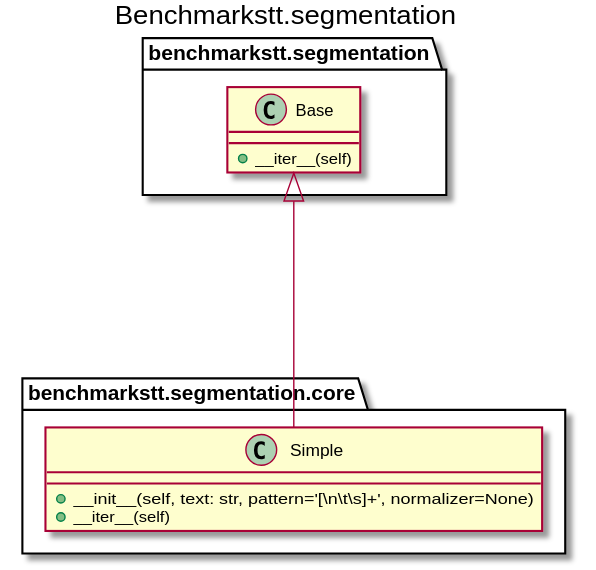
This is docs/_static/uml/benchmarkstt.segmentation.svg from ebu/benchmarkstt, a PlantUML export, as it was before one commit.
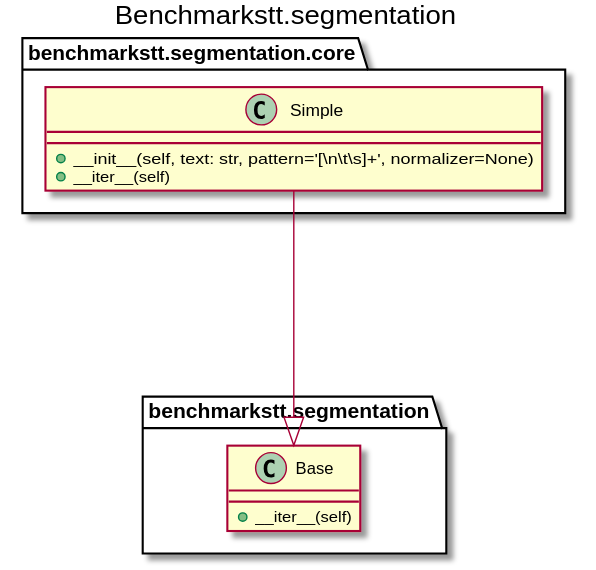
Above is the later version.

The edit, as a diff of the source:
```diff
@@ -1,12 +1,15 @@
 @startuml
 title Benchmarkstt.segmentation
-		class benchmarkstt.segmentation.Base [[https://benchmarkstt.readthedocs.io/en/latest/modules/benchmarkstt.segmentation.html#benchmarkstt.segmentation.Base]] {
-			+__iter__(self)
-		}
-		class benchmarkstt.segmentation.core.Simple [[https://benchmarkstt.readthedocs.io/en/latest/modules/benchmarkstt.segmentation.core.html#benchmarkstt.segmentation.core.Simple]] {
-			+__init__(self, text: str, pattern='[\\n\\t\\s]+', normalizer=None)
-			+__iter__(self)
-		}
 
-benchmarkstt.segmentation.core.Simple --up--|> benchmarkstt.segmentation.Base
+
+class benchmarkstt.segmentation.Base [[https://benchmarkstt.readthedocs.io/en/latest/modules/benchmarkstt.segmentation.html#benchmarkstt.segmentation.Base]] {
+	+__iter__(self)
+}
+
+class benchmarkstt.segmentation.core.Simple [[https://benchmarkstt.readthedocs.io/en/latest/modules/benchmarkstt.segmentation.core.html#benchmarkstt.segmentation.core.Simple]] {
+	+__init__(self, text: str, pattern='[\\n\\t\\s]+', normalizer=None)
+	+__iter__(self)
+}
+
+benchmarkstt.segmentation.core.Simple ----|> benchmarkstt.segmentation.Base
 @enduml
```
